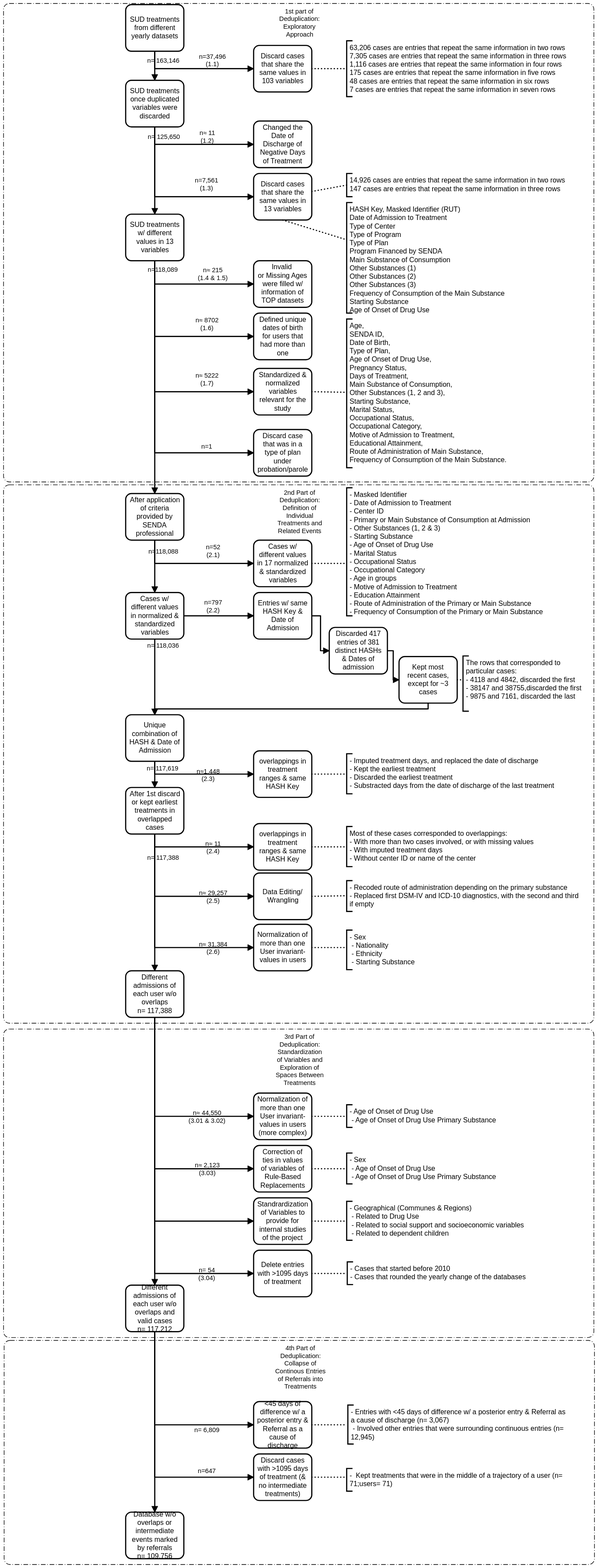
Before: Figures/Diagram_STROBE.svg, a diagram exported from BPMN (FONDECYTACC/SUD_health_Chile.github.io). Its source is kept beside it as Figures/Diagram_STROBE.bpmn. Ids are renumbered.
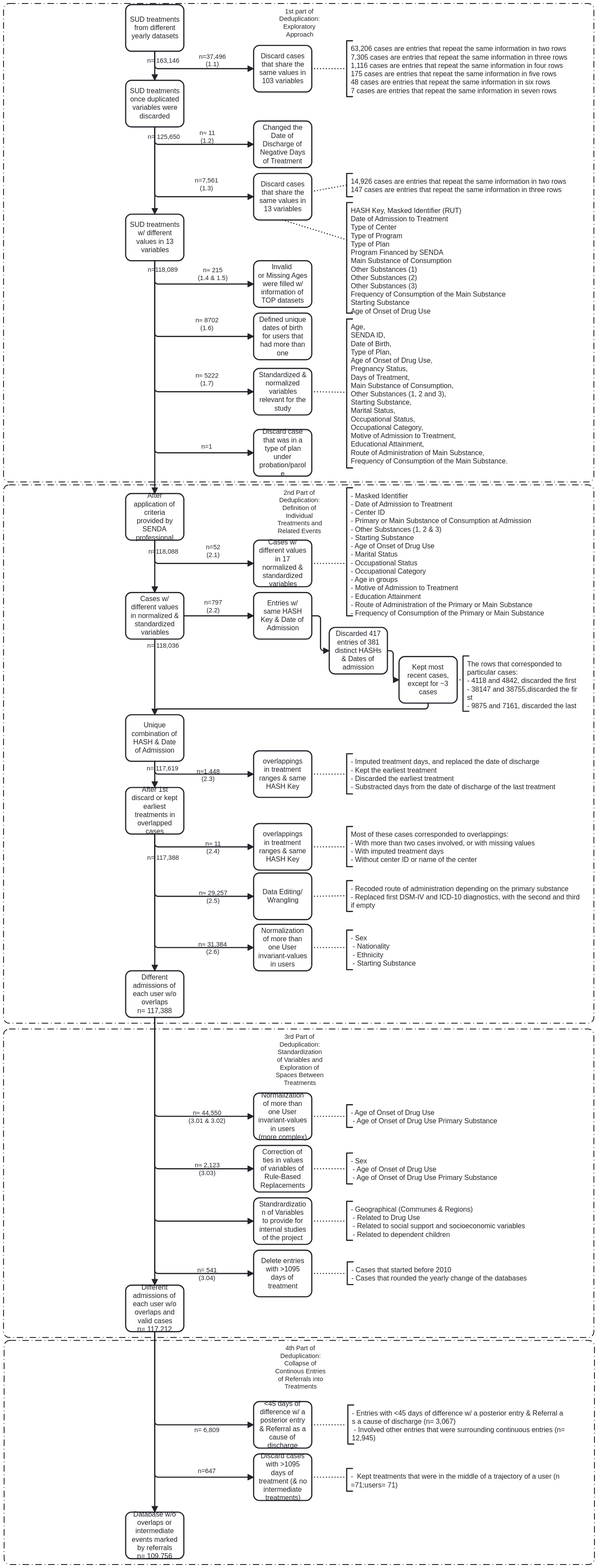
After the change.

Commit message:
changes to 54 to 541 diagram strobe

What changed in the source:
```diff
@@ -1,4 +1,4 @@
-<bpmn:definitions xmlns:xsi="http://www.w3.org/2001/XMLSchema-instance" xmlns:bpmn="http://www.omg.org/spec/BPMN/20100524/MODEL" xmlns:bpmndi="http://www.omg.org/spec/BPMN/20100524/DI" xmlns:dc="http://www.omg.org/spec/DD/20100524/DC" xmlns:di="http://www.omg.org/spec/DD/20100524/DI" id="Definitions_n1" targetNamespace="http://bpmn.io/schema/bpmn" exporter="bpmn-js (https://demo.bpmn.io)" exporterVersion="8.2.2">
+<bpmn:definitions xmlns:xsi="http://www.w3.org/2001/XMLSchema-instance" xmlns:bpmn="http://www.omg.org/spec/BPMN/20100524/MODEL" xmlns:bpmndi="http://www.omg.org/spec/BPMN/20100524/DI" xmlns:dc="http://www.omg.org/spec/DD/20100524/DC" xmlns:di="http://www.omg.org/spec/DD/20100524/DI" id="Definitions_n1" targetNamespace="http://bpmn.io/schema/bpmn" exporter="bpmn-js (https://demo.bpmn.io)" exporterVersion="12.0.0">
   <bpmn:process id="Process_n2" isExecutable="false">
     <bpmn:task id="Activity_n3" name="SUD treatments from different yearly datasets">
       <bpmn:outgoing>Flow_n4</bpmn:outgoing>
@@ -142,7 +142,7 @@
     <bpmn:task id="Activity_n61" name="Delete entries with &#62;1095 days of treatment">
       <bpmn:incoming>Flow_n45</bpmn:incoming>
     </bpmn:task>
-    <bpmn:sequenceFlow id="Flow_n45" name="n= 54&#10;(3.04)" sourceRef="Activity_n40" targetRef="Activity_n61" />
+    <bpmn:sequenceFlow id="Flow_n45" name="n= 541&#10;(3.04)" sourceRef="Activity_n40" targetRef="Activity_n61" />
     <bpmn:task id="Activity_n62" name="Database w/o overlaps or intermediate events marked by referrals&#10;n= 109,756">
       <bpmn:incoming>Flow_n55</bpmn:incoming>
     </bpmn:task>
@@ -307,229 +307,6 @@
   </bpmn:category>
   <bpmndi:BPMNDiagram id="BPMNDiagram_1">
     <bpmndi:BPMNPlane id="BPMNPlane_1" bpmnElement="Process_n2">
-      <bpmndi:BPMNEdge id="Flow_n57_di" bpmnElement="Flow_n57">
-        <di:waypoint x="420" y="2350" />
-        <di:waypoint x="420" y="2600" />
-        <di:waypoint x="590" y="2600" />
-        <bpmndi:BPMNLabel>
-          <dc:Bounds x="494" y="2583" width="31" height="14" />
-        </bpmndi:BPMNLabel>
-      </bpmndi:BPMNEdge>
-      <bpmndi:BPMNEdge id="Flow_n56_di" bpmnElement="Flow_n56">
-        <di:waypoint x="420" y="2350" />
-        <di:waypoint x="420" y="2510" />
-        <di:waypoint x="590" y="2510" />
-        <bpmndi:BPMNLabel>
-          <dc:Bounds x="488" y="2513" width="44" height="14" />
-        </bpmndi:BPMNLabel>
-      </bpmndi:BPMNEdge>
-      <bpmndi:BPMNEdge id="Flow_n55_di" bpmnElement="Flow_n55">
-        <di:waypoint x="420" y="2350" />
-        <di:waypoint x="420" y="2660" />
-      </bpmndi:BPMNEdge>
-      <bpmndi:BPMNEdge id="Flow_n45_di" bpmnElement="Flow_n45">
-        <di:waypoint x="420" y="1810" />
-        <di:waypoint x="420" y="2250" />
-        <di:waypoint x="590" y="2250" />
-        <bpmndi:BPMNLabel>
-          <dc:Bounds x="495" y="2238" width="30" height="27" />
-        </bpmndi:BPMNLabel>
-      </bpmndi:BPMNEdge>
-      <bpmndi:BPMNEdge id="Flow_n44_di" bpmnElement="Flow_n44">
-        <di:waypoint x="420" y="1810" />
-        <di:waypoint x="420" y="2160" />
-        <di:waypoint x="590" y="2160" />
-      </bpmndi:BPMNEdge>
-      <bpmndi:BPMNEdge id="Flow_n43_di" bpmnElement="Flow_n43">
-        <di:waypoint x="420" y="1810" />
-        <di:waypoint x="420" y="2070" />
-        <di:waypoint x="590" y="2070" />
-        <bpmndi:BPMNLabel>
-          <dc:Bounds x="489" y="2058" width="43" height="27" />
-        </bpmndi:BPMNLabel>
-      </bpmndi:BPMNEdge>
-      <bpmndi:BPMNEdge id="Flow_n42_di" bpmnElement="Flow_n42">
-        <di:waypoint x="420" y="1810" />
-        <di:waypoint x="420" y="1980" />
-        <di:waypoint x="590" y="1980" />
-        <bpmndi:BPMNLabel>
-          <dc:Bounds x="478" y="1968" width="64" height="27" />
-        </bpmndi:BPMNLabel>
-      </bpmndi:BPMNEdge>
-      <bpmndi:BPMNEdge id="Flow_n41_di" bpmnElement="Flow_n41">
-        <di:waypoint x="420" y="1810" />
-        <di:waypoint x="420" y="2270" />
-      </bpmndi:BPMNEdge>
-      <bpmndi:BPMNEdge id="Flow_n38_di" bpmnElement="Flow_n38">
-        <di:waypoint x="420" y="1495" />
-        <di:waypoint x="420" y="1690" />
-        <di:waypoint x="590" y="1690" />
-        <bpmndi:BPMNLabel>
-          <dc:Bounds x="495" y="1678" width="50" height="27" />
-        </bpmndi:BPMNLabel>
-      </bpmndi:BPMNEdge>
-      <bpmndi:BPMNEdge id="Flow_n37_di" bpmnElement="Flow_n37">
-        <di:waypoint x="420" y="1495" />
-        <di:waypoint x="420" y="1602" />
-        <di:waypoint x="590" y="1602" />
-        <bpmndi:BPMNLabel>
-          <dc:Bounds x="495" y="1590" width="50" height="27" />
-        </bpmndi:BPMNLabel>
-      </bpmndi:BPMNEdge>
-      <bpmndi:BPMNEdge id="Flow_n36_di" bpmnElement="Flow_n36">
-        <di:waypoint x="420" y="1495" />
-        <di:waypoint x="420" y="1730" />
-        <bpmndi:BPMNLabel>
-          <dc:Bounds x="407" y="1529" width="55" height="14" />
-        </bpmndi:BPMNLabel>
-      </bpmndi:BPMNEdge>
-      <bpmndi:BPMNEdge id="Flow_n32_di" bpmnElement="Flow_n32">
-        <di:waypoint x="820" y="1180" />
-        <di:waypoint x="830" y="1180" />
-        <di:waypoint x="830" y="1230" />
-        <di:waypoint x="840" y="1230" />
-      </bpmndi:BPMNEdge>
-      <bpmndi:BPMNEdge id="Flow_n29_di" bpmnElement="Flow_n29">
-        <di:waypoint x="690" y="1120" />
-        <di:waypoint x="705" y="1120" />
-        <di:waypoint x="705" y="1180" />
-        <di:waypoint x="720" y="1180" />
-      </bpmndi:BPMNEdge>
-      <bpmndi:BPMNEdge id="Flow_n24_di" bpmnElement="Flow_n24">
-        <di:waypoint x="890" y="1270" />
-        <di:waypoint x="890" y="1280" />
-        <di:waypoint x="420" y="1280" />
-        <di:waypoint x="420" y="1290" />
-      </bpmndi:BPMNEdge>
-      <bpmndi:BPMNEdge id="Flow_n35_di" bpmnElement="Flow_n35">
-        <di:waypoint x="420" y="1495" />
-        <di:waypoint x="420" y="1517" />
-        <di:waypoint x="590" y="1517" />
-        <bpmndi:BPMNLabel>
-          <dc:Bounds x="507" y="1505" width="27" height="27" />
-        </bpmndi:BPMNLabel>
-      </bpmndi:BPMNEdge>
-      <bpmndi:BPMNEdge id="Flow_n50_di" bpmnElement="Flow_n50">
-        <di:waypoint x="420" y="990" />
-        <di:waypoint x="420" y="1030" />
-        <di:waypoint x="590" y="1030" />
-        <bpmndi:BPMNLabel>
-          <dc:Bounds x="507" y="996" width="26" height="27" />
-        </bpmndi:BPMNLabel>
-      </bpmndi:BPMNEdge>
-      <bpmndi:BPMNEdge id="Flow_n48_di" bpmnElement="Flow_n48">
-        <di:waypoint x="420" y="990" />
-        <di:waypoint x="420" y="1080" />
-        <bpmndi:BPMNLabel>
-          <dc:Bounds x="409" y="1003" width="52" height="14" />
-        </bpmndi:BPMNLabel>
-      </bpmndi:BPMNEdge>
-      <bpmndi:BPMNEdge id="Flow_n16_di" bpmnElement="Flow_n16">
-        <di:waypoint x="420" y="510" />
-        <di:waypoint x="420" y="910" />
-        <bpmndi:BPMNLabel>
-          <dc:Bounds x="408" y="519" width="52" height="14" />
-        </bpmndi:BPMNLabel>
-      </bpmndi:BPMNEdge>
-      <bpmndi:BPMNEdge id="Flow_n23_di" bpmnElement="Flow_n23">
-        <di:waypoint x="420" y="1160" />
-        <di:waypoint x="420" y="1290" />
-        <bpmndi:BPMNLabel>
-          <dc:Bounds x="407" y="1165" width="55" height="14" />
-        </bpmndi:BPMNLabel>
-      </bpmndi:BPMNEdge>
-      <bpmndi:BPMNEdge id="Flow_n10_di" bpmnElement="Flow_n10">
-        <di:waypoint x="420" y="280" />
-        <di:waypoint x="420" y="310" />
-        <di:waypoint x="590" y="310" />
-        <bpmndi:BPMNLabel>
-          <dc:Bounds x="497" y="284" width="27" height="27" />
-        </bpmndi:BPMNLabel>
-      </bpmndi:BPMNEdge>
-      <bpmndi:BPMNEdge id="Flow_n15_di" bpmnElement="Flow_n15">
-        <di:waypoint x="420" y="510" />
-        <di:waypoint x="420" y="640" />
-        <di:waypoint x="590" y="640" />
-        <bpmndi:BPMNLabel>
-          <dc:Bounds x="490" y="606" width="40" height="27" />
-        </bpmndi:BPMNLabel>
-      </bpmndi:BPMNEdge>
-      <bpmndi:BPMNEdge id="Flow_n14_di" bpmnElement="Flow_n14">
-        <di:waypoint x="420" y="510" />
-        <di:waypoint x="420" y="840" />
-        <di:waypoint x="590" y="840" />
-        <bpmndi:BPMNLabel>
-          <dc:Bounds x="500" y="823" width="19" height="14" />
-        </bpmndi:BPMNLabel>
-      </bpmndi:BPMNEdge>
-      <bpmndi:BPMNEdge id="Flow_n26_di" bpmnElement="Flow_n26">
-        <di:waypoint x="420" y="1370" />
-        <di:waypoint x="420" y="1415" />
-        <bpmndi:BPMNLabel>
-          <dc:Bounds x="406" y="1376" width="55" height="14" />
-        </bpmndi:BPMNLabel>
-      </bpmndi:BPMNEdge>
-      <bpmndi:BPMNEdge id="Flow_n25_di" bpmnElement="Flow_n25">
-        <di:waypoint x="420" y="1370" />
-        <di:waypoint x="420" y="1392" />
-        <di:waypoint x="590" y="1392" />
-        <bpmndi:BPMNLabel>
-          <dc:Bounds x="492" y="1381" width="40" height="27" />
-        </bpmndi:BPMNLabel>
-      </bpmndi:BPMNEdge>
-      <bpmndi:BPMNEdge id="Flow_n28_di" bpmnElement="Flow_n28">
-        <di:waypoint x="470" y="1120" />
-        <di:waypoint x="590" y="1120" />
-        <bpmndi:BPMNLabel>
-          <dc:Bounds x="504" y="1091" width="32" height="27" />
-        </bpmndi:BPMNLabel>
-      </bpmndi:BPMNEdge>
-      <bpmndi:BPMNEdge id="Flow_n13_di" bpmnElement="Flow_n13">
-        <di:waypoint x="420" y="510" />
-        <di:waypoint x="420" y="735" />
-        <di:waypoint x="590" y="735" />
-        <bpmndi:BPMNLabel>
-          <dc:Bounds x="490" y="701" width="40" height="27" />
-        </bpmndi:BPMNLabel>
-      </bpmndi:BPMNEdge>
-      <bpmndi:BPMNEdge id="Flow_n12_di" bpmnElement="Flow_n12">
-        <di:waypoint x="420" y="510" />
-        <di:waypoint x="420" y="550" />
-        <di:waypoint x="590" y="550" />
-        <bpmndi:BPMNLabel>
-          <dc:Bounds x="494" y="520" width="52" height="27" />
-        </bpmndi:BPMNLabel>
-      </bpmndi:BPMNEdge>
-      <bpmndi:BPMNEdge id="Flow_n9_di" bpmnElement="Flow_n9">
-        <di:waypoint x="420" y="280" />
-        <di:waypoint x="420" y="430" />
-        <bpmndi:BPMNLabel>
-          <dc:Bounds x="408" y="291" width="56" height="14" />
-        </bpmndi:BPMNLabel>
-      </bpmndi:BPMNEdge>
-      <bpmndi:BPMNEdge id="Flow_n8_di" bpmnElement="Flow_n8">
-        <di:waypoint x="420" y="280" />
-        <di:waypoint x="420" y="400" />
-        <di:waypoint x="590" y="400" />
-        <bpmndi:BPMNLabel>
-          <dc:Bounds x="489" y="366" width="41" height="27" />
-        </bpmndi:BPMNLabel>
-      </bpmndi:BPMNEdge>
-      <bpmndi:BPMNEdge id="Flow_n5_di" bpmnElement="Flow_n5">
-        <di:waypoint x="420" y="150" />
-        <di:waypoint x="420" y="180" />
-        <di:waypoint x="590" y="180" />
-        <bpmndi:BPMNLabel>
-          <dc:Bounds x="496" y="153" width="47" height="27" />
-        </bpmndi:BPMNLabel>
-      </bpmndi:BPMNEdge>
-      <bpmndi:BPMNEdge id="Flow_n4_di" bpmnElement="Flow_n4">
-        <di:waypoint x="420" y="150" />
-        <di:waypoint x="420" y="200" />
-        <bpmndi:BPMNLabel>
-          <dc:Bounds x="407" y="160" width="56" height="14" />
-        </bpmndi:BPMNLabel>
-      </bpmndi:BPMNEdge>
       <bpmndi:BPMNShape id="Activity_n3_di" bpmnElement="Activity_n3">
         <dc:Bounds x="370" y="70" width="100" height="80" />
       </bpmndi:BPMNShape>
@@ -695,6 +472,229 @@
       <bpmndi:BPMNShape id="TextAnnotation_n103_di" bpmnElement="TextAnnotation_n103">
         <dc:Bounds x="750" y="2585" width="389" height="39" />
       </bpmndi:BPMNShape>
+      <bpmndi:BPMNEdge id="Flow_n4_di" bpmnElement="Flow_n4">
+        <di:waypoint x="420" y="150" />
+        <di:waypoint x="420" y="200" />
+        <bpmndi:BPMNLabel>
+          <dc:Bounds x="407" y="160" width="56" height="14" />
+        </bpmndi:BPMNLabel>
+      </bpmndi:BPMNEdge>
+      <bpmndi:BPMNEdge id="Flow_n5_di" bpmnElement="Flow_n5">
+        <di:waypoint x="420" y="150" />
+        <di:waypoint x="420" y="180" />
+        <di:waypoint x="590" y="180" />
+        <bpmndi:BPMNLabel>
+          <dc:Bounds x="496" y="153" width="47" height="27" />
+        </bpmndi:BPMNLabel>
+      </bpmndi:BPMNEdge>
+      <bpmndi:BPMNEdge id="Flow_n8_di" bpmnElement="Flow_n8">
+        <di:waypoint x="420" y="280" />
+        <di:waypoint x="420" y="400" />
+        <di:waypoint x="590" y="400" />
+        <bpmndi:BPMNLabel>
+          <dc:Bounds x="489" y="366" width="41" height="27" />
+        </bpmndi:BPMNLabel>
+      </bpmndi:BPMNEdge>
+      <bpmndi:BPMNEdge id="Flow_n9_di" bpmnElement="Flow_n9">
+        <di:waypoint x="420" y="280" />
+        <di:waypoint x="420" y="430" />
+        <bpmndi:BPMNLabel>
+          <dc:Bounds x="408" y="291" width="56" height="14" />
+        </bpmndi:BPMNLabel>
+      </bpmndi:BPMNEdge>
+      <bpmndi:BPMNEdge id="Flow_n12_di" bpmnElement="Flow_n12">
+        <di:waypoint x="420" y="510" />
+        <di:waypoint x="420" y="550" />
+        <di:waypoint x="590" y="550" />
+        <bpmndi:BPMNLabel>
+          <dc:Bounds x="494" y="520" width="52" height="27" />
+        </bpmndi:BPMNLabel>
+      </bpmndi:BPMNEdge>
+      <bpmndi:BPMNEdge id="Flow_n13_di" bpmnElement="Flow_n13">
+        <di:waypoint x="420" y="510" />
+        <di:waypoint x="420" y="735" />
+        <di:waypoint x="590" y="735" />
+        <bpmndi:BPMNLabel>
+          <dc:Bounds x="490" y="701" width="40" height="27" />
+        </bpmndi:BPMNLabel>
+      </bpmndi:BPMNEdge>
+      <bpmndi:BPMNEdge id="Flow_n28_di" bpmnElement="Flow_n28">
+        <di:waypoint x="470" y="1120" />
+        <di:waypoint x="590" y="1120" />
+        <bpmndi:BPMNLabel>
+          <dc:Bounds x="504" y="1091" width="32" height="27" />
+        </bpmndi:BPMNLabel>
+      </bpmndi:BPMNEdge>
+      <bpmndi:BPMNEdge id="Flow_n25_di" bpmnElement="Flow_n25">
+        <di:waypoint x="420" y="1370" />
+        <di:waypoint x="420" y="1392" />
+        <di:waypoint x="590" y="1392" />
+        <bpmndi:BPMNLabel>
+          <dc:Bounds x="492" y="1381" width="40" height="27" />
+        </bpmndi:BPMNLabel>
+      </bpmndi:BPMNEdge>
+      <bpmndi:BPMNEdge id="Flow_n26_di" bpmnElement="Flow_n26">
+        <di:waypoint x="420" y="1370" />
+        <di:waypoint x="420" y="1415" />
+        <bpmndi:BPMNLabel>
+          <dc:Bounds x="406" y="1376" width="55" height="14" />
+        </bpmndi:BPMNLabel>
+      </bpmndi:BPMNEdge>
+      <bpmndi:BPMNEdge id="Flow_n14_di" bpmnElement="Flow_n14">
+        <di:waypoint x="420" y="510" />
+        <di:waypoint x="420" y="840" />
+        <di:waypoint x="590" y="840" />
+        <bpmndi:BPMNLabel>
+          <dc:Bounds x="500" y="823" width="19" height="14" />
+        </bpmndi:BPMNLabel>
+      </bpmndi:BPMNEdge>
+      <bpmndi:BPMNEdge id="Flow_n15_di" bpmnElement="Flow_n15">
+        <di:waypoint x="420" y="510" />
+        <di:waypoint x="420" y="640" />
+        <di:waypoint x="590" y="640" />
+        <bpmndi:BPMNLabel>
+          <dc:Bounds x="490" y="606" width="40" height="27" />
+        </bpmndi:BPMNLabel>
+      </bpmndi:BPMNEdge>
+      <bpmndi:BPMNEdge id="Flow_n10_di" bpmnElement="Flow_n10">
+        <di:waypoint x="420" y="280" />
+        <di:waypoint x="420" y="310" />
+        <di:waypoint x="590" y="310" />
+        <bpmndi:BPMNLabel>
+          <dc:Bounds x="497" y="284" width="27" height="27" />
+        </bpmndi:BPMNLabel>
+      </bpmndi:BPMNEdge>
+      <bpmndi:BPMNEdge id="Flow_n23_di" bpmnElement="Flow_n23">
+        <di:waypoint x="420" y="1160" />
+        <di:waypoint x="420" y="1290" />
+        <bpmndi:BPMNLabel>
+          <dc:Bounds x="407" y="1165" width="55" height="14" />
+        </bpmndi:BPMNLabel>
+      </bpmndi:BPMNEdge>
+      <bpmndi:BPMNEdge id="Flow_n16_di" bpmnElement="Flow_n16">
+        <di:waypoint x="420" y="510" />
+        <di:waypoint x="420" y="910" />
+        <bpmndi:BPMNLabel>
+          <dc:Bounds x="408" y="519" width="52" height="14" />
+        </bpmndi:BPMNLabel>
+      </bpmndi:BPMNEdge>
+      <bpmndi:BPMNEdge id="Flow_n48_di" bpmnElement="Flow_n48">
+        <di:waypoint x="420" y="990" />
+        <di:waypoint x="420" y="1080" />
+        <bpmndi:BPMNLabel>
+          <dc:Bounds x="409" y="1003" width="52" height="14" />
+        </bpmndi:BPMNLabel>
+      </bpmndi:BPMNEdge>
+      <bpmndi:BPMNEdge id="Flow_n50_di" bpmnElement="Flow_n50">
+        <di:waypoint x="420" y="990" />
+        <di:waypoint x="420" y="1030" />
+        <di:waypoint x="590" y="1030" />
+        <bpmndi:BPMNLabel>
+          <dc:Bounds x="507" y="996" width="26" height="27" />
+        </bpmndi:BPMNLabel>
+      </bpmndi:BPMNEdge>
+      <bpmndi:BPMNEdge id="Flow_n35_di" bpmnElement="Flow_n35">
+        <di:waypoint x="420" y="1495" />
+        <di:waypoint x="420" y="1517" />
+        <di:waypoint x="590" y="1517" />
+        <bpmndi:BPMNLabel>
+          <dc:Bounds x="507" y="1505" width="27" height="27" />
+        </bpmndi:BPMNLabel>
+      </bpmndi:BPMNEdge>
+      <bpmndi:BPMNEdge id="Flow_n24_di" bpmnElement="Flow_n24">
+        <di:waypoint x="890" y="1270" />
+        <di:waypoint x="890" y="1280" />
+        <di:waypoint x="420" y="1280" />
+        <di:waypoint x="420" y="1290" />
+      </bpmndi:BPMNEdge>
+      <bpmndi:BPMNEdge id="Flow_n29_di" bpmnElement="Flow_n29">
+        <di:waypoint x="690" y="1120" />
+        <di:waypoint x="705" y="1120" />
+        <di:waypoint x="705" y="1180" />
+        <di:waypoint x="720" y="1180" />
+      </bpmndi:BPMNEdge>
+      <bpmndi:BPMNEdge id="Flow_n32_di" bpmnElement="Flow_n32">
+        <di:waypoint x="820" y="1180" />
+        <di:waypoint x="830" y="1180" />
+        <di:waypoint x="830" y="1230" />
+        <di:waypoint x="840" y="1230" />
+      </bpmndi:BPMNEdge>
+      <bpmndi:BPMNEdge id="Flow_n36_di" bpmnElement="Flow_n36">
+        <di:waypoint x="420" y="1495" />
+        <di:waypoint x="420" y="1730" />
+        <bpmndi:BPMNLabel>
+          <dc:Bounds x="407" y="1529" width="55" height="14" />
+        </bpmndi:BPMNLabel>
+      </bpmndi:BPMNEdge>
+      <bpmndi:BPMNEdge id="Flow_n37_di" bpmnElement="Flow_n37">
+        <di:waypoint x="420" y="1495" />
+        <di:waypoint x="420" y="1602" />
+        <di:waypoint x="590" y="1602" />
+        <bpmndi:BPMNLabel>
+          <dc:Bounds x="495" y="1590" width="50" height="27" />
+        </bpmndi:BPMNLabel>
+      </bpmndi:BPMNEdge>
+      <bpmndi:BPMNEdge id="Flow_n38_di" bpmnElement="Flow_n38">
+        <di:waypoint x="420" y="1495" />
+        <di:waypoint x="420" y="1690" />
+        <di:waypoint x="590" y="1690" />
+        <bpmndi:BPMNLabel>
+          <dc:Bounds x="495" y="1678" width="50" height="27" />
+        </bpmndi:BPMNLabel>
+      </bpmndi:BPMNEdge>
+      <bpmndi:BPMNEdge id="Flow_n41_di" bpmnElement="Flow_n41">
+        <di:waypoint x="420" y="1810" />
+        <di:waypoint x="420" y="2270" />
+      </bpmndi:BPMNEdge>
+      <bpmndi:BPMNEdge id="Flow_n42_di" bpmnElement="Flow_n42">
+        <di:waypoint x="420" y="1810" />
+        <di:waypoint x="420" y="1980" />
+        <di:waypoint x="590" y="1980" />
+        <bpmndi:BPMNLabel>
+          <dc:Bounds x="478" y="1968" width="64" height="27" />
+        </bpmndi:BPMNLabel>
+      </bpmndi:BPMNEdge>
+      <bpmndi:BPMNEdge id="Flow_n43_di" bpmnElement="Flow_n43">
+        <di:waypoint x="420" y="1810" />
+        <di:waypoint x="420" y="2070" />
+        <di:waypoint x="590" y="2070" />
+        <bpmndi:BPMNLabel>
+          <dc:Bounds x="489" y="2058" width="43" height="27" />
+        </bpmndi:BPMNLabel>
+      </bpmndi:BPMNEdge>
+      <bpmndi:BPMNEdge id="Flow_n44_di" bpmnElement="Flow_n44">
+        <di:waypoint x="420" y="1810" />
+        <di:waypoint x="420" y="2160" />
+        <di:waypoint x="590" y="2160" />
+      </bpmndi:BPMNEdge>
+      <bpmndi:BPMNEdge id="Flow_n45_di" bpmnElement="Flow_n45">
+        <di:waypoint x="420" y="1810" />
+        <di:waypoint x="420" y="2250" />
+        <di:waypoint x="590" y="2250" />
+        <bpmndi:BPMNLabel>
+          <dc:Bounds x="493" y="2238" width="34" height="27" />
+        </bpmndi:BPMNLabel>
+      </bpmndi:BPMNEdge>
+      <bpmndi:BPMNEdge id="Flow_n55_di" bpmnElement="Flow_n55">
+        <di:waypoint x="420" y="2350" />
+        <di:waypoint x="420" y="2660" />
+      </bpmndi:BPMNEdge>
+      <bpmndi:BPMNEdge id="Flow_n56_di" bpmnElement="Flow_n56">
+        <di:waypoint x="420" y="2350" />
+        <di:waypoint x="420" y="2510" />
+        <di:waypoint x="590" y="2510" />
+        <bpmndi:BPMNLabel>
+          <dc:Bounds x="488" y="2513" width="44" height="14" />
+        </bpmndi:BPMNLabel>
+      </bpmndi:BPMNEdge>
+      <bpmndi:BPMNEdge id="Flow_n57_di" bpmnElement="Flow_n57">
+        <di:waypoint x="420" y="2350" />
+        <di:waypoint x="420" y="2600" />
+        <di:waypoint x="590" y="2600" />
+        <bpmndi:BPMNLabel>
+          <dc:Bounds x="494" y="2583" width="31" height="14" />
+        </bpmndi:BPMNLabel>
+      </bpmndi:BPMNEdge>
       <bpmndi:BPMNEdge id="Association_n66_di" bpmnElement="Association_n66">
         <di:waypoint x="690" y="180" />
         <di:waypoint x="750" y="180" />
```
